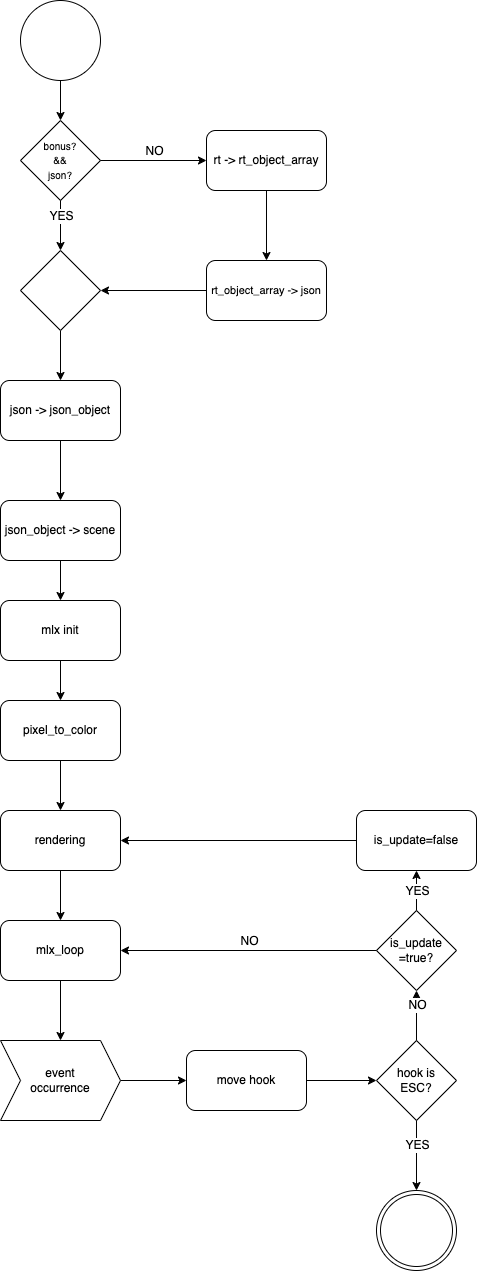
Before: asset/activity.drawio.png, a diagram exported from draw.io (penguin2/42-minirt). Source tidied: cells renumbered, new cells last; positions are measured from the earlier drawing's top-left corner, leaving out a move shared by most shapes.
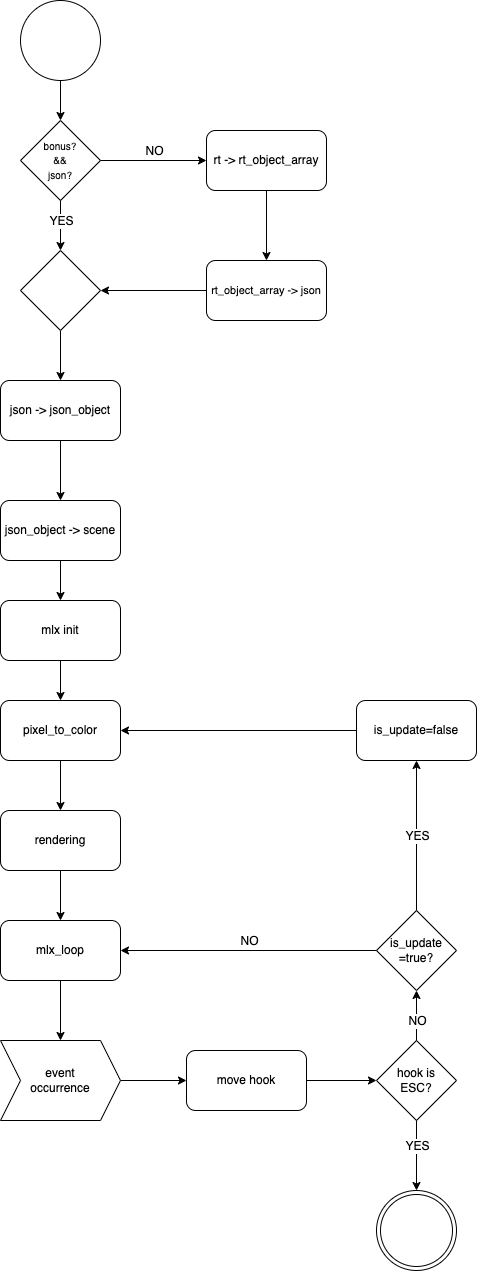
The same file after the commit.

Commit message:
[rebase] get_next_lineの修正ブランチをリベース

The edit, as a diff of the source:
```diff
@@ -54,7 +54,7 @@
     </mxCell>
     <mxCell id="18" value="YES" style="edgeLabel;html=1;align=center;verticalAlign=middle;fontSize=12;" parent="17" vertex="1">
       <mxGeometry relative="1" as="geometry">
-        <mxPoint y="-10" as="offset" />
+        <mxPoint y="-5" as="offset" />
       </mxGeometry>
     </mxCell>
     <mxCell id="19" style="edgeStyle=none;html=1;exitX=0.5;exitY=1;exitDx=0;exitDy=0;entryX=0.5;entryY=0;entryDx=0;entryDy=0;fontSize=12;" parent="1" edge="1" source="20" target="26">
@@ -110,11 +110,11 @@
     <mxCell id="35" value="YES" style="edgeLabel;html=1;align=center;verticalAlign=middle;fontSize=12;" parent="34" vertex="1">
       <mxGeometry relative="1" as="geometry" />
     </mxCell>
-    <mxCell id="36" style="edgeStyle=none;html=1;exitX=0;exitY=0.5;exitDx=0;exitDy=0;entryX=1;entryY=0.5;entryDx=0;entryDy=0;fontSize=12;" parent="1" edge="1" source="37" target="20">
+    <mxCell id="36" style="edgeStyle=none;html=1;exitX=0;exitY=0.5;exitDx=0;exitDy=0;entryX=1;entryY=0.5;entryDx=0;entryDy=0;fontSize=12;" parent="1" edge="1" source="37" target="24">
       <mxGeometry relative="1" as="geometry" />
     </mxCell>
     <mxCell id="37" value="is_update=false" style="rounded=1;whiteSpace=wrap;html=1;fontSize=12;" parent="1" vertex="1">
-      <mxGeometry x="356" y="810" width="120" height="60" as="geometry" />
+      <mxGeometry x="356" y="700" width="120" height="60" as="geometry" />
     </mxCell>
     <mxCell id="38" value="hook is&lt;br&gt;ESC?" style="rhombus;whiteSpace=wrap;html=1;fontSize=12;" parent="1" vertex="1">
       <mxGeometry x="376" y="1040" width="80" height="80" as="geometry" />
@@ -124,7 +124,7 @@
     </mxCell>
     <mxCell id="40" value="NO" style="edgeLabel;html=1;align=center;verticalAlign=middle;fontSize=12;" parent="39" vertex="1">
       <mxGeometry relative="1" as="geometry">
-        <mxPoint y="-10" as="offset" />
+        <mxPoint y="5" as="offset" />
       </mxGeometry>
     </mxCell>
     <mxCell id="41" style="endArrow=classic;html=1;fontSize=12;exitX=0.5;exitY=1;exitDx=0;exitDy=0;" parent="1" edge="1" source="38" target="43">
```
